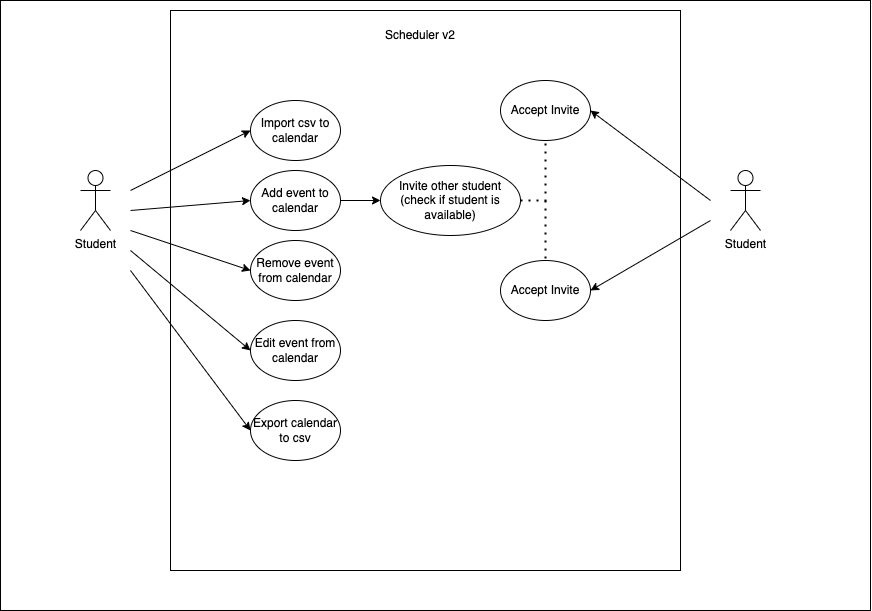
The draw.io diagram img/UseCases.png in CarlosMealha/Android-Students-APP, before a commit. Source tidied: cells renumbered, new cells last; positions are measured from the earlier drawing's top-left corner, leaving out a move shared by most shapes. Source of this version:
```xml
<mxGraphModel>
  <root>
    <mxCell id="0" />
    <mxCell id="1" parent="0" />
    <mxCell id="2" style="rounded=0;whiteSpace=wrap;html=1;" parent="1" vertex="1">
      <mxGeometry width="870" height="610" as="geometry" />
    </mxCell>
    <mxCell id="3" value="Student" style="shape=umlActor;verticalLabelPosition=bottom;verticalAlign=top;html=1;" parent="1" vertex="1">
      <mxGeometry x="80" y="170" width="30" height="60" as="geometry" />
    </mxCell>
    <mxCell id="4" style="rounded=0;whiteSpace=wrap;html=1;glass=0;" parent="1" vertex="1">
      <mxGeometry x="170" y="10" width="510" height="560" as="geometry" />
    </mxCell>
    <mxCell id="5" value="Scheduler v2" style="text;html=1;strokeColor=none;fillColor=none;align=center;verticalAlign=middle;whiteSpace=wrap;rounded=0;" parent="1" vertex="1">
      <mxGeometry x="380" y="20" width="80" height="30" as="geometry" />
    </mxCell>
    <mxCell id="6" style="edgeStyle=orthogonalEdgeStyle;rounded=0;jettySize=auto;html=1;entryX=0;entryY=0.5;entryDx=0;entryDy=0;" parent="1" edge="1" source="7" target="18">
      <mxGeometry relative="1" as="geometry" />
    </mxCell>
    <mxCell id="7" value="Add event to calendar" style="ellipse;whiteSpace=wrap;html=1;glass=0;" parent="1" vertex="1">
      <mxGeometry x="250" y="170" width="90" height="60" as="geometry" />
    </mxCell>
    <mxCell id="8" value="Remove event from calendar" style="ellipse;whiteSpace=wrap;html=1;glass=0;" parent="1" vertex="1">
      <mxGeometry x="250" y="240" width="90" height="60" as="geometry" />
    </mxCell>
    <mxCell id="9" value="Edit event from calendar" style="ellipse;whiteSpace=wrap;html=1;glass=0;" parent="1" vertex="1">
      <mxGeometry x="250" y="320" width="90" height="60" as="geometry" />
    </mxCell>
    <mxCell id="10" style="endArrow=classic;html=1;rounded=0;entryX=0;entryY=0.5;entryDx=0;entryDy=0;" parent="1" edge="1" target="7">
      <mxGeometry relative="1" as="geometry">
        <mxPoint x="130" y="210" as="sourcePoint" />
      </mxGeometry>
    </mxCell>
    <mxCell id="11" style="endArrow=classic;html=1;rounded=0;entryX=0;entryY=0.5;entryDx=0;entryDy=0;" parent="1" edge="1" target="8">
      <mxGeometry relative="1" as="geometry">
        <mxPoint x="130" y="230" as="sourcePoint" />
      </mxGeometry>
    </mxCell>
    <mxCell id="12" style="endArrow=classic;html=1;rounded=0;entryX=0;entryY=0.5;entryDx=0;entryDy=0;" parent="1" edge="1" target="9">
      <mxGeometry relative="1" as="geometry">
        <mxPoint x="130" y="250" as="sourcePoint" />
      </mxGeometry>
    </mxCell>
    <mxCell id="13" value="Import csv to calendar" style="ellipse;whiteSpace=wrap;html=1;glass=0;" parent="1" vertex="1">
      <mxGeometry x="250" y="100" width="90" height="60" as="geometry" />
    </mxCell>
    <mxCell id="14" style="endArrow=classic;html=1;rounded=0;entryX=0;entryY=0.5;entryDx=0;entryDy=0;" parent="1" edge="1" target="13">
      <mxGeometry relative="1" as="geometry">
        <mxPoint x="130" y="190" as="sourcePoint" />
      </mxGeometry>
    </mxCell>
    <mxCell id="15" value="Export calendar to csv" style="ellipse;whiteSpace=wrap;html=1;glass=0;" parent="1" vertex="1">
      <mxGeometry x="250" y="400" width="90" height="60" as="geometry" />
    </mxCell>
    <mxCell id="16" style="endArrow=classic;html=1;rounded=0;entryX=0;entryY=0.5;entryDx=0;entryDy=0;" parent="1" edge="1" target="15">
      <mxGeometry relative="1" as="geometry">
        <mxPoint x="130" y="270" as="sourcePoint" />
      </mxGeometry>
    </mxCell>
    <mxCell id="17" value="Student" style="shape=umlActor;verticalLabelPosition=bottom;verticalAlign=top;html=1;" parent="1" vertex="1">
      <mxGeometry x="730" y="170" width="30" height="60" as="geometry" />
    </mxCell>
    <mxCell id="18" value="Invite other student (check if student is available)" style="ellipse;whiteSpace=wrap;html=1;glass=0;" parent="1" vertex="1">
      <mxGeometry x="380" y="165" width="140" height="70" as="geometry" />
    </mxCell>
    <mxCell id="19" value="Accept Invite" style="ellipse;whiteSpace=wrap;html=1;glass=0;" parent="1" vertex="1">
      <mxGeometry x="500" y="80" width="90" height="60" as="geometry" />
    </mxCell>
    <mxCell id="20" value="Accept Invite" style="ellipse;whiteSpace=wrap;html=1;glass=0;" parent="1" vertex="1">
      <mxGeometry x="500" y="260" width="90" height="60" as="geometry" />
    </mxCell>
    <mxCell id="21" style="endArrow=classic;html=1;rounded=0;entryX=1;entryY=0.5;entryDx=0;entryDy=0;" parent="1" edge="1" target="20">
      <mxGeometry relative="1" as="geometry">
        <mxPoint x="710" y="220" as="sourcePoint" />
      </mxGeometry>
    </mxCell>
    <mxCell id="22" style="endArrow=classic;html=1;rounded=0;entryX=1;entryY=0.5;entryDx=0;entryDy=0;" parent="1" edge="1" target="19">
      <mxGeometry relative="1" as="geometry">
        <mxPoint x="710" y="200" as="sourcePoint" />
      </mxGeometry>
    </mxCell>
    <mxCell id="23" style="endArrow=none;dashed=1;html=1;dashPattern=1 3;strokeWidth=2;rounded=0;exitX=1;exitY=0.5;exitDx=0;exitDy=0;entryX=0.5;entryY=1;entryDx=0;entryDy=0;" parent="1" edge="1" source="18" target="19">
      <mxGeometry relative="1" as="geometry">
        <Array as="points">
          <mxPoint x="545" y="200" />
        </Array>
      </mxGeometry>
    </mxCell>
    <mxCell id="24" style="endArrow=none;dashed=1;html=1;dashPattern=1 3;strokeWidth=2;rounded=0;entryX=0.5;entryY=0;entryDx=0;entryDy=0;" parent="1" edge="1" target="20">
      <mxGeometry relative="1" as="geometry">
        <mxPoint x="545" y="200" as="sourcePoint" />
      </mxGeometry>
    </mxCell>
  </root>
</mxGraphModel>
```
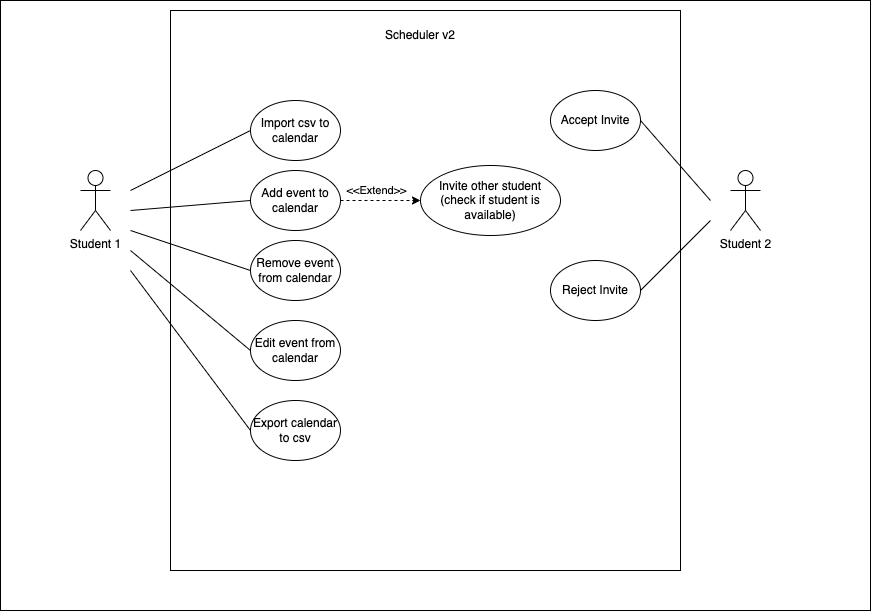
Later version of the same file.

Change to the diagram source:
```diff
@@ -5,7 +5,7 @@
     <mxCell id="2" style="rounded=0;whiteSpace=wrap;html=1;" parent="1" vertex="1">
       <mxGeometry width="870" height="610" as="geometry" />
     </mxCell>
-    <mxCell id="3" value="Student" style="shape=umlActor;verticalLabelPosition=bottom;verticalAlign=top;html=1;" parent="1" vertex="1">
+    <mxCell id="3" value="Student 1" style="shape=umlActor;verticalLabelPosition=bottom;verticalAlign=top;html=1;" parent="1" vertex="1">
       <mxGeometry x="80" y="170" width="30" height="60" as="geometry" />
     </mxCell>
     <mxCell id="4" style="rounded=0;whiteSpace=wrap;html=1;glass=0;" parent="1" vertex="1">
@@ -14,8 +14,8 @@
     <mxCell id="5" value="Scheduler v2" style="text;html=1;strokeColor=none;fillColor=none;align=center;verticalAlign=middle;whiteSpace=wrap;rounded=0;" parent="1" vertex="1">
       <mxGeometry x="380" y="20" width="80" height="30" as="geometry" />
     </mxCell>
-    <mxCell id="6" style="edgeStyle=orthogonalEdgeStyle;rounded=0;jettySize=auto;html=1;entryX=0;entryY=0.5;entryDx=0;entryDy=0;" parent="1" edge="1" source="7" target="18">
-      <mxGeometry relative="1" as="geometry" />
+    <mxCell id="6" value="&amp;lt;&amp;lt;Extend&amp;gt;&amp;gt;" style="edgeStyle=orthogonalEdgeStyle;rounded=0;jettySize=auto;html=1;entryX=0;entryY=0.5;entryDx=0;entryDy=0;endArrow=classic;endFill=1;dashed=1;" parent="1" edge="1" source="7" target="18">
+      <mxGeometry x="-0.09" y="10" relative="1" as="geometry" />
     </mxCell>
     <mxCell id="7" value="Add event to calendar" style="ellipse;whiteSpace=wrap;html=1;glass=0;" parent="1" vertex="1">
       <mxGeometry x="250" y="170" width="90" height="60" as="geometry" />
@@ -26,17 +26,17 @@
     <mxCell id="9" value="Edit event from calendar" style="ellipse;whiteSpace=wrap;html=1;glass=0;" parent="1" vertex="1">
       <mxGeometry x="250" y="320" width="90" height="60" as="geometry" />
     </mxCell>
-    <mxCell id="10" style="endArrow=classic;html=1;rounded=0;entryX=0;entryY=0.5;entryDx=0;entryDy=0;" parent="1" edge="1" target="7">
+    <mxCell id="10" style="endArrow=none;html=1;rounded=0;entryX=0;entryY=0.5;entryDx=0;entryDy=0;endFill=0;" parent="1" edge="1" target="7">
       <mxGeometry relative="1" as="geometry">
         <mxPoint x="130" y="210" as="sourcePoint" />
       </mxGeometry>
     </mxCell>
-    <mxCell id="11" style="endArrow=classic;html=1;rounded=0;entryX=0;entryY=0.5;entryDx=0;entryDy=0;" parent="1" edge="1" target="8">
+    <mxCell id="11" style="endArrow=none;html=1;rounded=0;entryX=0;entryY=0.5;entryDx=0;entryDy=0;endFill=0;" parent="1" edge="1" target="8">
       <mxGeometry relative="1" as="geometry">
         <mxPoint x="130" y="230" as="sourcePoint" />
       </mxGeometry>
     </mxCell>
-    <mxCell id="12" style="endArrow=classic;html=1;rounded=0;entryX=0;entryY=0.5;entryDx=0;entryDy=0;" parent="1" edge="1" target="9">
+    <mxCell id="12" style="endArrow=none;html=1;rounded=0;entryX=0;entryY=0.5;entryDx=0;entryDy=0;endFill=0;" parent="1" edge="1" target="9">
       <mxGeometry relative="1" as="geometry">
         <mxPoint x="130" y="250" as="sourcePoint" />
       </mxGeometry>
@@ -44,7 +44,7 @@
     <mxCell id="13" value="Import csv to calendar" style="ellipse;whiteSpace=wrap;html=1;glass=0;" parent="1" vertex="1">
       <mxGeometry x="250" y="100" width="90" height="60" as="geometry" />
     </mxCell>
-    <mxCell id="14" style="endArrow=classic;html=1;rounded=0;entryX=0;entryY=0.5;entryDx=0;entryDy=0;" parent="1" edge="1" target="13">
+    <mxCell id="14" style="endArrow=none;html=1;rounded=0;entryX=0;entryY=0.5;entryDx=0;entryDy=0;endFill=0;" parent="1" edge="1" target="13">
       <mxGeometry relative="1" as="geometry">
         <mxPoint x="130" y="190" as="sourcePoint" />
       </mxGeometry>
@@ -52,44 +52,32 @@
     <mxCell id="15" value="Export calendar to csv" style="ellipse;whiteSpace=wrap;html=1;glass=0;" parent="1" vertex="1">
       <mxGeometry x="250" y="400" width="90" height="60" as="geometry" />
     </mxCell>
-    <mxCell id="16" style="endArrow=classic;html=1;rounded=0;entryX=0;entryY=0.5;entryDx=0;entryDy=0;" parent="1" edge="1" target="15">
+    <mxCell id="16" style="endArrow=none;html=1;rounded=0;entryX=0;entryY=0.5;entryDx=0;entryDy=0;endFill=0;" parent="1" edge="1" target="15">
       <mxGeometry relative="1" as="geometry">
         <mxPoint x="130" y="270" as="sourcePoint" />
       </mxGeometry>
     </mxCell>
-    <mxCell id="17" value="Student" style="shape=umlActor;verticalLabelPosition=bottom;verticalAlign=top;html=1;" parent="1" vertex="1">
+    <mxCell id="17" value="Student 2" style="shape=umlActor;verticalLabelPosition=bottom;verticalAlign=top;html=1;" parent="1" vertex="1">
       <mxGeometry x="730" y="170" width="30" height="60" as="geometry" />
     </mxCell>
-    <mxCell id="18" value="Invite other student (check if student is available)" style="ellipse;whiteSpace=wrap;html=1;glass=0;" parent="1" vertex="1">
-      <mxGeometry x="380" y="165" width="140" height="70" as="geometry" />
-    </mxCell>
     <mxCell id="19" value="Accept Invite" style="ellipse;whiteSpace=wrap;html=1;glass=0;" parent="1" vertex="1">
-      <mxGeometry x="500" y="80" width="90" height="60" as="geometry" />
+      <mxGeometry x="550" y="90" width="90" height="60" as="geometry" />
     </mxCell>
-    <mxCell id="20" value="Accept Invite" style="ellipse;whiteSpace=wrap;html=1;glass=0;" parent="1" vertex="1">
-      <mxGeometry x="500" y="260" width="90" height="60" as="geometry" />
+    <mxCell id="20" value="Reject Invite" style="ellipse;whiteSpace=wrap;html=1;glass=0;" parent="1" vertex="1">
+      <mxGeometry x="550" y="260" width="90" height="60" as="geometry" />
     </mxCell>
-    <mxCell id="21" style="endArrow=classic;html=1;rounded=0;entryX=1;entryY=0.5;entryDx=0;entryDy=0;" parent="1" edge="1" target="20">
+    <mxCell id="21" style="endArrow=none;html=1;rounded=0;entryX=1;entryY=0.5;entryDx=0;entryDy=0;endFill=0;" parent="1" edge="1" target="20">
       <mxGeometry relative="1" as="geometry">
         <mxPoint x="710" y="220" as="sourcePoint" />
       </mxGeometry>
     </mxCell>
-    <mxCell id="22" style="endArrow=classic;html=1;rounded=0;entryX=1;entryY=0.5;entryDx=0;entryDy=0;" parent="1" edge="1" target="19">
+    <mxCell id="22" style="endArrow=none;html=1;rounded=0;entryX=1;entryY=0.5;entryDx=0;entryDy=0;endFill=0;" parent="1" edge="1" target="19">
       <mxGeometry relative="1" as="geometry">
         <mxPoint x="710" y="200" as="sourcePoint" />
       </mxGeometry>
     </mxCell>
-    <mxCell id="23" style="endArrow=none;dashed=1;html=1;dashPattern=1 3;strokeWidth=2;rounded=0;exitX=1;exitY=0.5;exitDx=0;exitDy=0;entryX=0.5;entryY=1;entryDx=0;entryDy=0;" parent="1" edge="1" source="18" target="19">
-      <mxGeometry relative="1" as="geometry">
-        <Array as="points">
-          <mxPoint x="545" y="200" />
-        </Array>
-      </mxGeometry>
-    </mxCell>
-    <mxCell id="24" style="endArrow=none;dashed=1;html=1;dashPattern=1 3;strokeWidth=2;rounded=0;entryX=0.5;entryY=0;entryDx=0;entryDy=0;" parent="1" edge="1" target="20">
-      <mxGeometry relative="1" as="geometry">
-        <mxPoint x="545" y="200" as="sourcePoint" />
-      </mxGeometry>
-    </mxCell>
+    <mxCell id="18" value="Invite other student (check if student is available)" style="ellipse;whiteSpace=wrap;html=1;glass=0;" parent="1" vertex="1">
+      <mxGeometry x="420" y="165" width="140" height="70" as="geometry" />
+    </mxCell>
   </root>
 </mxGraphModel>
```
